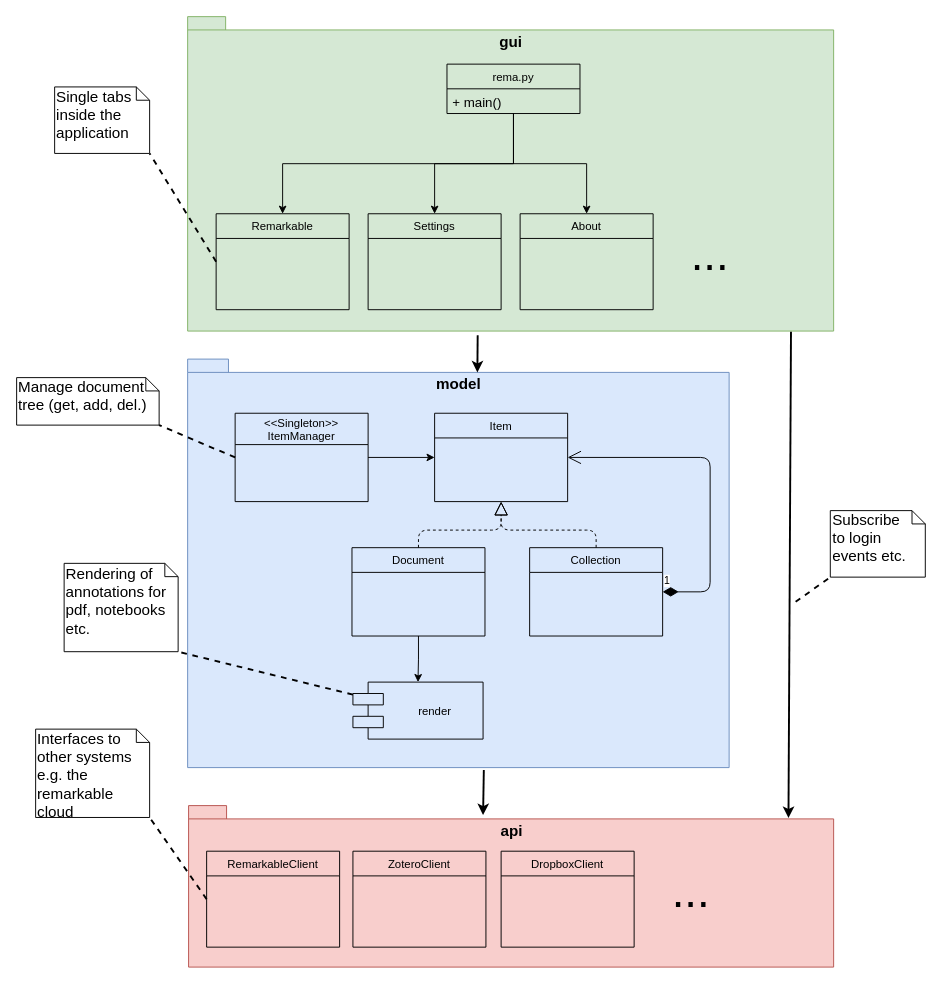
This is doc/architecture.drawio from peerdavid/remapy, a draw.io file, before an edit. Source tidied: cells renumbered, new cells numbered last; positions are measured from the earlier drawing's top-left corner, leaving out a move shared by most shapes. Both pictures are drawn from the tidied source at 95%, with x=0, y=0 at pixel (16, 16).
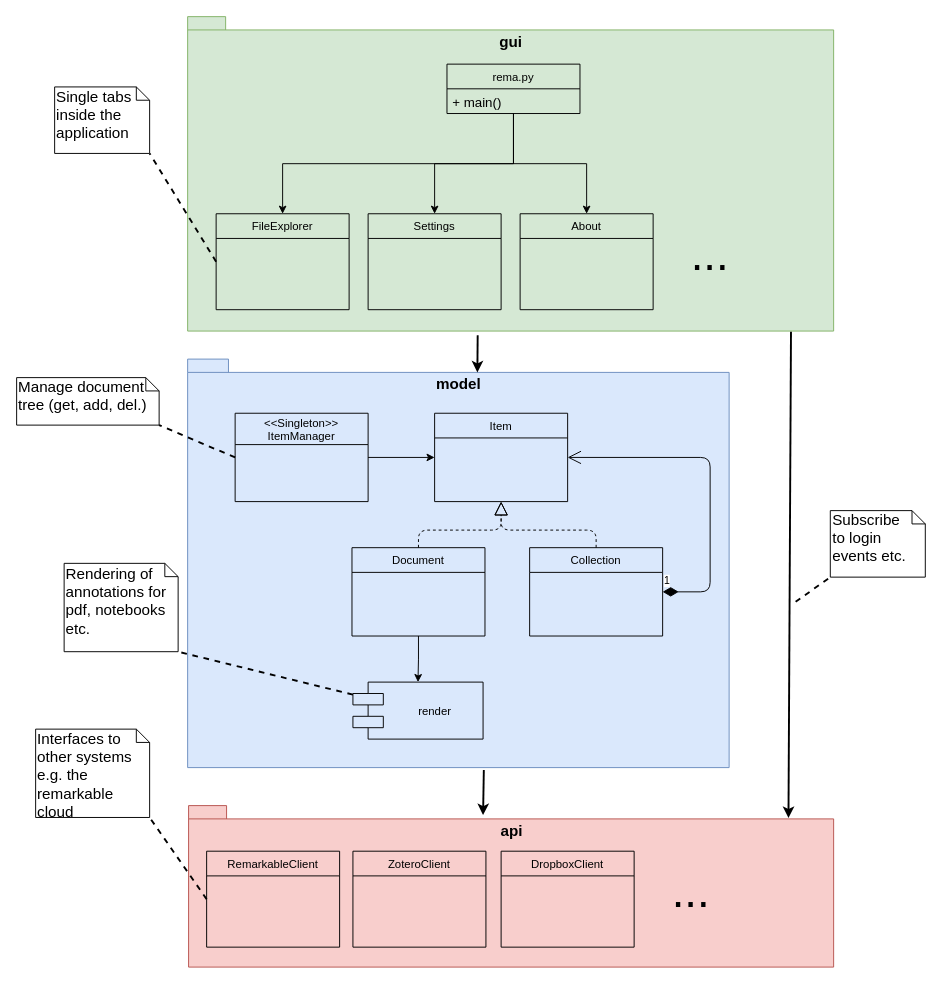
The same diagram, later.

What changed in the source:
```diff
@@
-    <mxCell id="5" value="Remarkable" style="swimlane;fontStyle=0;horizontal=1;startSize=26;fillColor=none;" parent="1" vertex="1">
+    <mxCell id="5" value="FileExplorer" style="swimlane;fontStyle=0;horizontal=1;startSize=26;fillColor=none;" parent="1" vertex="1">
       <mxGeometry x="210" y="207.5" width="140" height="101" as="geometry" />
     </mxCell>
```
